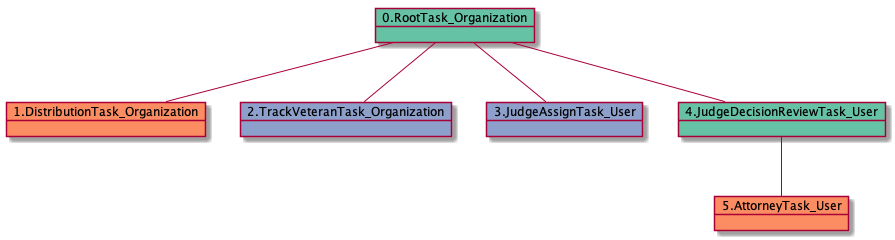
The PlantUML diagram docs-DR/uml/RTO.DTO.TVTO.JATU.JDRTU-11092.png in yoomlam/graphing, before a commit. Source of this version:
```plantuml
@startuml
object 0.RootTask_Organization #66c2a5
object 1.DistributionTask_Organization #fc8d62
object 2.TrackVeteranTask_Organization #8da0cb
object 3.JudgeAssignTask_User #8da0cb
object 4.JudgeDecisionReviewTask_User #66c2a5
object 5.AttorneyTask_User #fc8d62
0.RootTask_Organization -- 1.DistributionTask_Organization
0.RootTask_Organization -- 2.TrackVeteranTask_Organization
0.RootTask_Organization -- 3.JudgeAssignTask_User
0.RootTask_Organization -- 4.JudgeDecisionReviewTask_User
4.JudgeDecisionReviewTask_User -- 5.AttorneyTask_User
@enduml
```
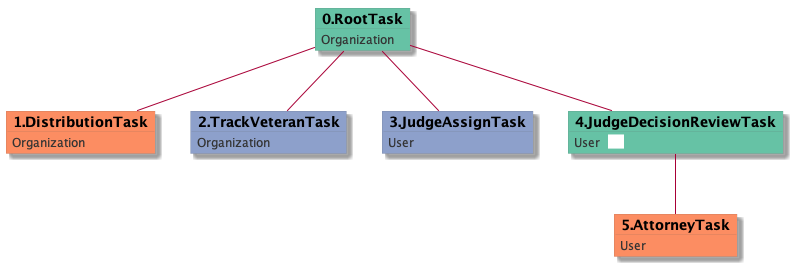
After the change.

Change to the diagram source:
```diff
@@ -1,13 +1,33 @@
 @startuml
-object 0.RootTask_Organization #66c2a5
-object 1.DistributionTask_Organization #fc8d62
-object 2.TrackVeteranTask_Organization #8da0cb
-object 3.JudgeAssignTask_User #8da0cb
-object 4.JudgeDecisionReviewTask_User #66c2a5
-object 5.AttorneyTask_User #fc8d62
-0.RootTask_Organization -- 1.DistributionTask_Organization
-0.RootTask_Organization -- 2.TrackVeteranTask_Organization
-0.RootTask_Organization -- 3.JudgeAssignTask_User
-0.RootTask_Organization -- 4.JudgeDecisionReviewTask_User
-4.JudgeDecisionReviewTask_User -- 5.AttorneyTask_User
+skinparam {
+  ObjectBorderColor #555
+  ObjectBorderThickness 0
+  ObjectFontStyle bold
+  ObjectFontSize 14
+  ObjectAttributeFontColor #333
+  ObjectAttributeFontSize 12
+}
+  object 0.RootTask #66c2a5 {
+Organization
+}
+  object 1.DistributionTask #fc8d62 {
+Organization
+}
+  object 2.TrackVeteranTask #8da0cb {
+Organization
+}
+  object 3.JudgeAssignTask #8da0cb {
+User
+}
+  object 4.JudgeDecisionReviewTask #66c2a5 {
+User  <back:white>    </back>
+}
+  object 5.AttorneyTask #fc8d62 {
+User
+}
+0.RootTask -- 1.DistributionTask
+0.RootTask -- 2.TrackVeteranTask
+0.RootTask -- 3.JudgeAssignTask
+0.RootTask -- 4.JudgeDecisionReviewTask
+4.JudgeDecisionReviewTask -- 5.AttorneyTask
 @enduml
```
